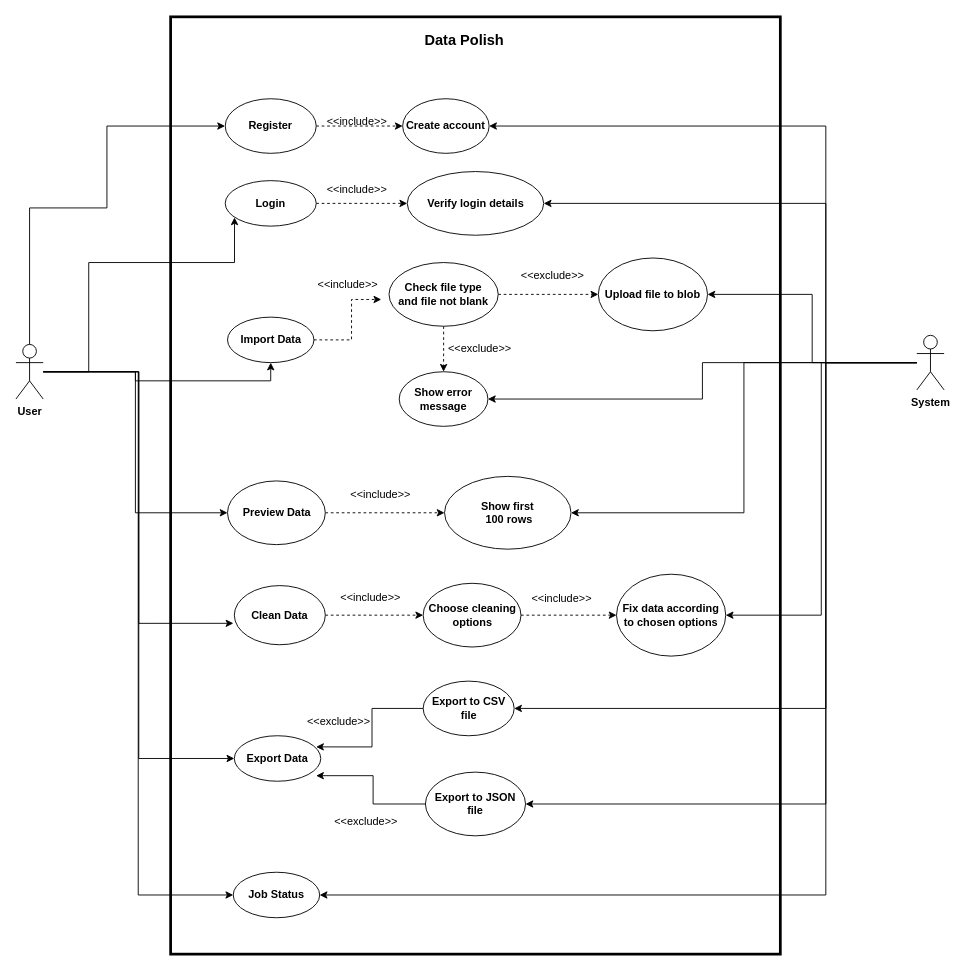
SeanMcCrossanTUD/TUD-Group-Project keeps this draw.io diagram as Project supporting Artifacts/Prototype/Use Case Diagram/Use Case Diagram 1.0.drawio. Above is the earlier version. Source tidied: cells renumbered, new cells numbered last; positions are measured from the earlier drawing's top-left corner, leaving out a move shared by most shapes. Both pictures are drawn from the tidied source at 91%, with x=0, y=0 at pixel (15, 16).
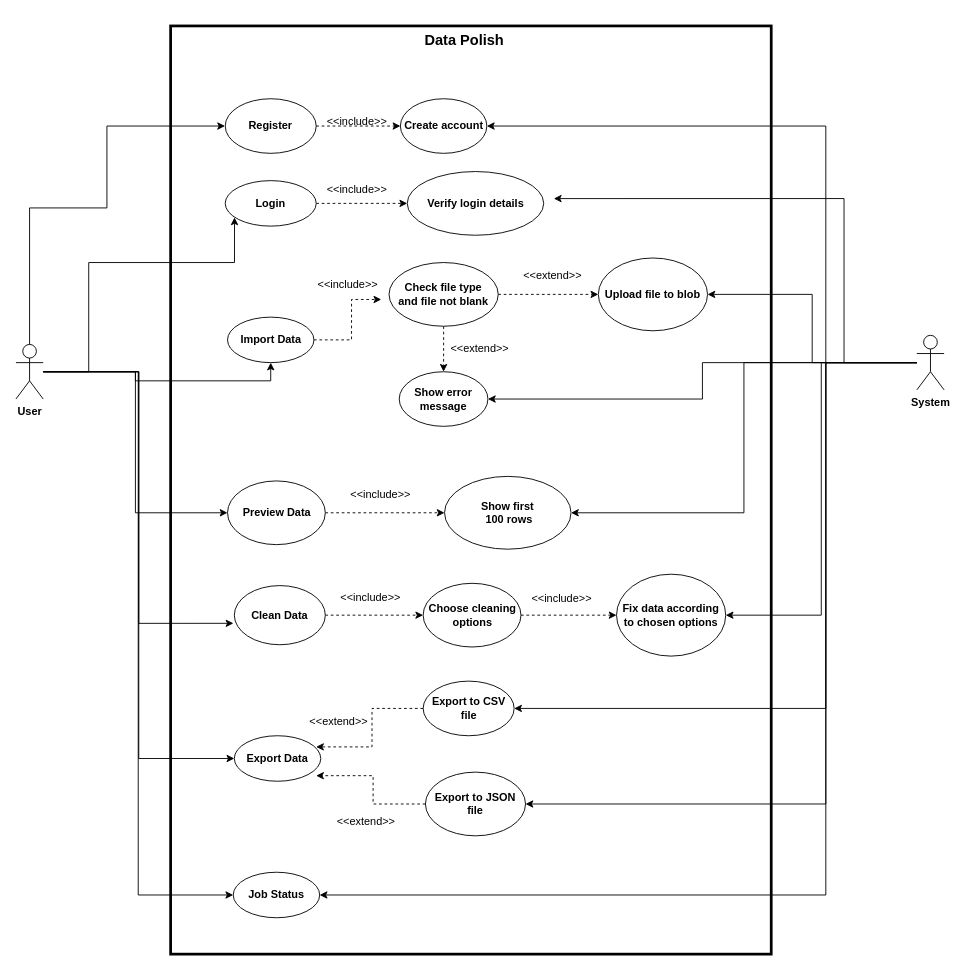
The same diagram, later.

Commit message (it also covers changes not shown here):
Fixed typos in the use case diagram

Unchanged cells that the change refers to:
```xml
<mxCell id="11" style="ellipse;whiteSpace=wrap;html=1;" parent="1" vertex="1">
  <mxGeometry x="430" y="170" width="150" height="70" as="geometry" />
</mxCell>
<mxCell id="27" value="&lt;b&gt;System&lt;/b&gt;" style="shape=umlActor;verticalLabelPosition=bottom;verticalAlign=top;html=1;outlineConnect=0;" parent="1" vertex="1">
  <mxGeometry x="990" y="350" width="30" height="60" as="geometry" />
</mxCell>
<mxCell id="46" value="&lt;b&gt;Export Data&lt;/b&gt;" style="ellipse;whiteSpace=wrap;html=1;" parent="1" vertex="1">
  <mxGeometry x="240" y="790" width="95" height="50" as="geometry" />
</mxCell>
<mxCell id="47" value="&lt;b&gt;Show first&lt;br&gt;&amp;nbsp;100 rows&lt;/b&gt;" style="ellipse;whiteSpace=wrap;html=1;" parent="1" vertex="1">
  <mxGeometry x="471" y="505" width="139" height="80" as="geometry" />
</mxCell>
<mxCell id="48" value="&lt;b&gt;Export to CSV file&lt;/b&gt;" style="ellipse;whiteSpace=wrap;html=1;" parent="1" vertex="1">
  <mxGeometry x="447.5" y="730" width="100" height="60" as="geometry" />
</mxCell>
<mxCell id="49" value="&lt;b style=&quot;border-color: var(--border-color);&quot;&gt;Export to JSON file&lt;/b&gt;" style="ellipse;whiteSpace=wrap;html=1;" parent="1" vertex="1">
  <mxGeometry x="450" y="830" width="110" height="70" as="geometry" />
</mxCell>
```

What changed in the source:
```diff
@@
     <mxCell id="15" value="&lt;b&gt;Create account&lt;/b&gt;" style="ellipse;whiteSpace=wrap;html=1;" parent="1" vertex="1">
-      <mxGeometry x="425" y="90" width="95" height="60" as="geometry" />
+      <mxGeometry x="422.5" y="90" width="95" height="60" as="geometry" />
     </mxCell>
@@
-    <mxCell id="19" style="edgeStyle=orthogonalEdgeStyle;rounded=0;jettySize=auto;html=1;entryX=1;entryY=0.5;entryDx=0;entryDy=0;" parent="1" edge="1" source="27" target="11">
-      <mxGeometry relative="1" as="geometry">
-        <Array as="points">
-          <mxPoint x="890" y="380" />
-          <mxPoint x="890" y="205" />
-        </Array>
-      </mxGeometry>
-    </mxCell>
@@
-    <mxCell id="22" style="edgeStyle=orthogonalEdgeStyle;rounded=0;jettySize=auto;html=1;entryX=1;entryY=0.5;entryDx=0;entryDy=0;" parent="1" edge="1" source="27" target="47">
-      <mxGeometry relative="1" as="geometry" />
-    </mxCell>
@@
+    <mxCell id="22" style="edgeStyle=orthogonalEdgeStyle;rounded=0;jettySize=auto;html=1;entryX=1;entryY=0.5;entryDx=0;entryDy=0;" parent="1" edge="1" source="27" target="47">
+      <mxGeometry relative="1" as="geometry" />
+    </mxCell>
@@
-    <mxCell id="33" value="&amp;lt;&amp;lt;exclude&amp;gt;&amp;gt;" style="text;html=1;strokeColor=none;fillColor=none;align=center;verticalAlign=middle;whiteSpace=wrap;rounded=0;" parent="1" vertex="1">
+    <mxCell id="33" value="&amp;lt;&amp;lt;extend&amp;gt;&amp;gt;" style="text;html=1;strokeColor=none;fillColor=none;align=center;verticalAlign=middle;whiteSpace=wrap;rounded=0;" parent="1" vertex="1">
       <mxGeometry x="335" y="760" width="40" height="30" as="geometry" />
     </mxCell>
-    <mxCell id="34" value="&amp;lt;&amp;lt;exclude&amp;gt;&amp;gt;" style="text;html=1;strokeColor=none;fillColor=none;align=center;verticalAlign=middle;whiteSpace=wrap;rounded=0;" parent="1" vertex="1">
+    <mxCell id="34" value="&amp;lt;&amp;lt;extend&amp;gt;&amp;gt;" style="text;html=1;strokeColor=none;fillColor=none;align=center;verticalAlign=middle;whiteSpace=wrap;rounded=0;" parent="1" vertex="1">
       <mxGeometry x="490" y="350" width="40" height="30" as="geometry" />
     </mxCell>
-    <mxCell id="35" value="&amp;lt;&amp;lt;exclude&amp;gt;&amp;gt;" style="text;html=1;strokeColor=none;fillColor=none;align=center;verticalAlign=middle;whiteSpace=wrap;rounded=0;" parent="1" vertex="1">
+    <mxCell id="35" value="&amp;lt;&amp;lt;extend&amp;gt;&amp;gt;" style="text;html=1;strokeColor=none;fillColor=none;align=center;verticalAlign=middle;whiteSpace=wrap;rounded=0;" parent="1" vertex="1">
       <mxGeometry x="570" y="270" width="40" height="30" as="geometry" />
     </mxCell>
@@
-    <mxCell id="52" style="edgeStyle=orthogonalEdgeStyle;rounded=0;jettySize=auto;html=1;entryX=0.946;entryY=0.245;entryDx=0;entryDy=0;entryPerimeter=0;" parent="1" edge="1" source="48" target="46">
+    <mxCell id="52" style="edgeStyle=orthogonalEdgeStyle;rounded=0;jettySize=auto;html=1;entryX=0.946;entryY=0.245;entryDx=0;entryDy=0;entryPerimeter=0;dashed=1;" parent="1" edge="1" source="48" target="46">
       <mxGeometry relative="1" as="geometry" />
     </mxCell>
-    <mxCell id="53" style="edgeStyle=orthogonalEdgeStyle;rounded=0;jettySize=auto;html=1;entryX=0.946;entryY=0.878;entryDx=0;entryDy=0;entryPerimeter=0;" parent="1" edge="1" source="49" target="46">
+    <mxCell id="53" style="edgeStyle=orthogonalEdgeStyle;rounded=0;jettySize=auto;html=1;entryX=0.946;entryY=0.878;entryDx=0;entryDy=0;entryPerimeter=0;dashed=1;" parent="1" edge="1" source="49" target="46">
       <mxGeometry relative="1" as="geometry" />
     </mxCell>
-    <mxCell id="54" value="&amp;lt;&amp;lt;exclude&amp;gt;&amp;gt;" style="text;html=1;strokeColor=none;fillColor=none;align=center;verticalAlign=middle;whiteSpace=wrap;rounded=0;" parent="1" vertex="1">
+    <mxCell id="54" value="&amp;lt;&amp;lt;extend&amp;gt;&amp;gt;" style="text;html=1;strokeColor=none;fillColor=none;align=center;verticalAlign=middle;whiteSpace=wrap;rounded=0;" parent="1" vertex="1">
       <mxGeometry x="365" y="870" width="40" height="30" as="geometry" />
     </mxCell>
@@
-    <mxCell id="59" style="rounded=0;whiteSpace=wrap;html=1;fillColor=none;strokeWidth=3;" parent="1" vertex="1">
-      <mxGeometry x="170" width="670" height="1030" as="geometry" />
-    </mxCell>
+    <mxCell id="60" style="rounded=0;whiteSpace=wrap;html=1;fillColor=none;strokeWidth=3;" parent="1" vertex="1">
+      <mxGeometry x="170" y="10" width="660" height="1020" as="geometry" />
+    </mxCell>
+    <mxCell id="61" style="edgeStyle=orthogonalEdgeStyle;rounded=0;jettySize=auto;html=1;entryX=0.638;entryY=0.186;entryDx=0;entryDy=0;entryPerimeter=0;" parent="1" edge="1" source="27" target="60">
+      <mxGeometry relative="1" as="geometry" />
+    </mxCell>
```
